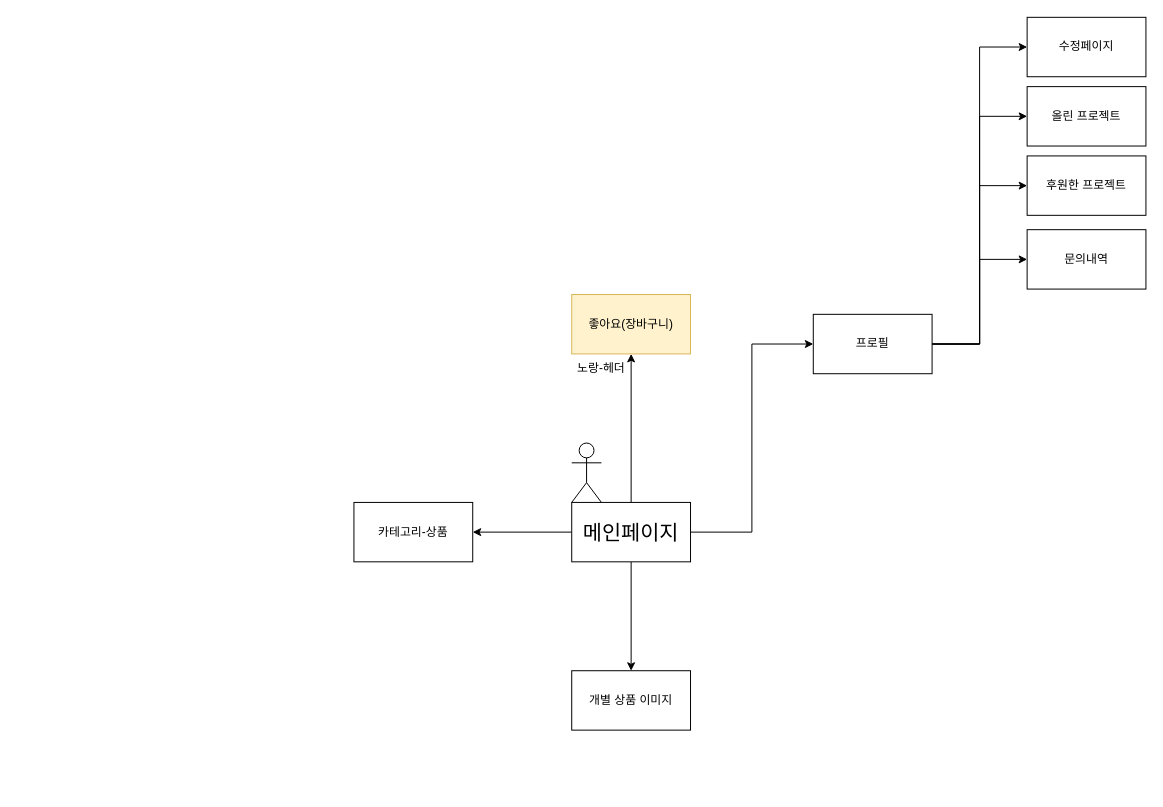
This is 제목 없는 다이어그램.drawio from 1009god/kh-4team, a draw.io file, before an edit. Source tidied: cells renumbered, new cells numbered last; positions are measured from the earlier drawing's top-left corner, leaving out a move shared by most shapes. Both pictures are drawn from the tidied source at 99%, with x=0, y=0 at pixel (353, 17).
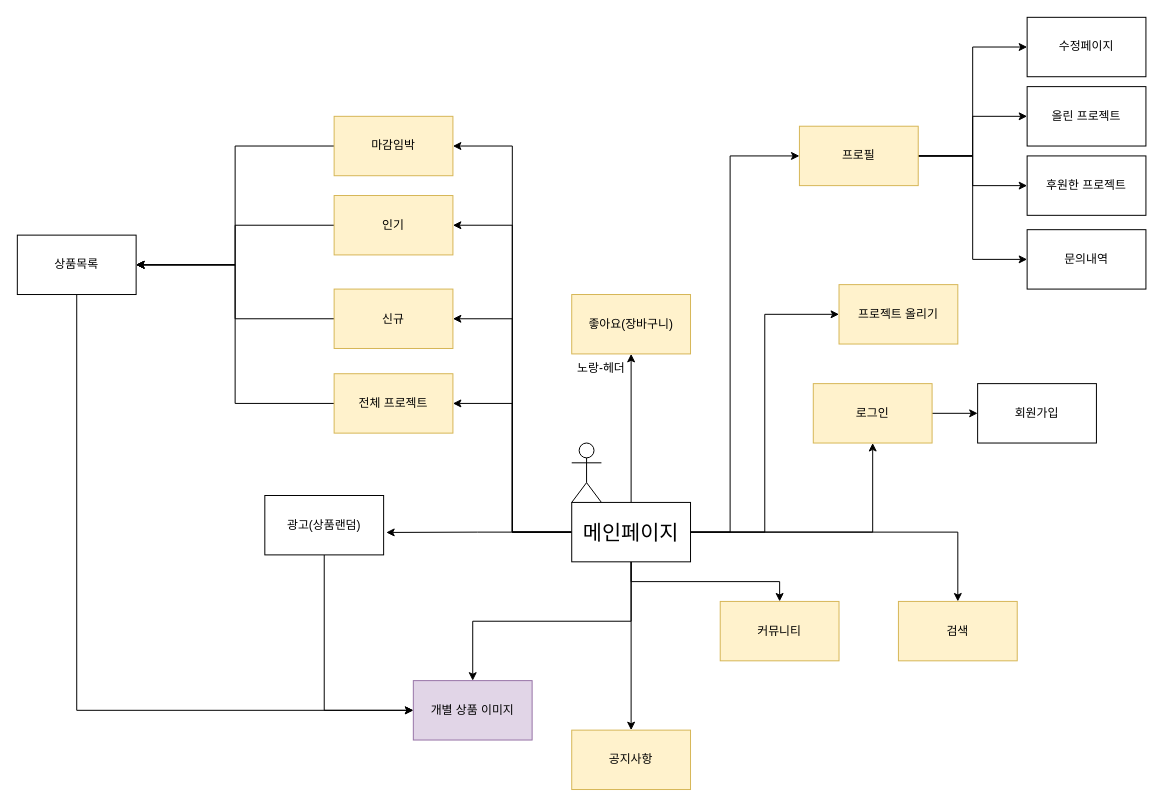
Above is the later version.

Commit message:
제목 없는 다이어그램.drawio 업데이트

Unchanged cells that the change refers to:
```xml
<mxCell id="7" value="&lt;font style=&quot;font-size: 21px;&quot;&gt;메인페이지&lt;/font&gt;" style="rounded=0;whiteSpace=wrap;html=1;" parent="1" vertex="1">
  <mxGeometry x="220" y="490" width="120" height="60" as="geometry" />
</mxCell>
```

The edit, as a diff of the source:
```diff
@@
     <mxCell id="3" style="edgeStyle=orthogonalEdgeStyle;rounded=0;jettySize=auto;html=1;exitX=1;exitY=0.5;exitDx=0;exitDy=0;entryX=0;entryY=0.5;entryDx=0;entryDy=0;" parent="1" edge="1" source="7" target="13">
-      <mxGeometry relative="1" as="geometry" />
+      <mxGeometry relative="1" as="geometry">
+        <Array as="points">
+          <mxPoint x="380" y="520" />
+          <mxPoint x="380" y="140" />
+        </Array>
+      </mxGeometry>
     </mxCell>
@@
+    <mxCell id="21" style="edgeStyle=orthogonalEdgeStyle;rounded=0;jettySize=auto;html=1;exitX=1;exitY=0.5;exitDx=0;exitDy=0;" parent="1" edge="1" source="7" target="35">
+      <mxGeometry relative="1" as="geometry" />
+    </mxCell>
+    <mxCell id="22" style="edgeStyle=orthogonalEdgeStyle;rounded=0;jettySize=auto;html=1;exitX=0.5;exitY=1;exitDx=0;exitDy=0;" parent="1" edge="1" source="7" target="32">
+      <mxGeometry relative="1" as="geometry" />
+    </mxCell>
+    <mxCell id="23" style="edgeStyle=orthogonalEdgeStyle;rounded=0;jettySize=auto;html=1;exitX=0.5;exitY=1;exitDx=0;exitDy=0;entryX=0.5;entryY=0;entryDx=0;entryDy=0;" parent="1" edge="1" source="7" target="31">
+      <mxGeometry relative="1" as="geometry" />
+    </mxCell>
+    <mxCell id="24" style="edgeStyle=orthogonalEdgeStyle;rounded=0;jettySize=auto;html=1;exitX=0;exitY=0.5;exitDx=0;exitDy=0;entryX=1.022;entryY=0.622;entryDx=0;entryDy=0;entryPerimeter=0;" parent="1" edge="1" source="7" target="38">
+      <mxGeometry relative="1" as="geometry" />
+    </mxCell>
+    <mxCell id="25" style="edgeStyle=orthogonalEdgeStyle;rounded=0;jettySize=auto;html=1;exitX=1;exitY=0.5;exitDx=0;exitDy=0;entryX=0;entryY=0.5;entryDx=0;entryDy=0;" parent="1" edge="1" source="7" target="33">
+      <mxGeometry relative="1" as="geometry" />
+    </mxCell>
+    <mxCell id="26" style="edgeStyle=orthogonalEdgeStyle;rounded=0;jettySize=auto;html=1;exitX=0;exitY=0.5;exitDx=0;exitDy=0;entryX=1;entryY=0.5;entryDx=0;entryDy=0;" parent="1" edge="1" source="7" target="42">
+      <mxGeometry relative="1" as="geometry" />
+    </mxCell>
+    <mxCell id="27" style="edgeStyle=orthogonalEdgeStyle;rounded=0;jettySize=auto;html=1;exitX=0;exitY=0.5;exitDx=0;exitDy=0;entryX=1;entryY=0.5;entryDx=0;entryDy=0;" parent="1" edge="1" source="7" target="40">
+      <mxGeometry relative="1" as="geometry" />
+    </mxCell>
+    <mxCell id="28" style="edgeStyle=orthogonalEdgeStyle;rounded=0;jettySize=auto;html=1;exitX=0;exitY=0.5;exitDx=0;exitDy=0;entryX=1;entryY=0.5;entryDx=0;entryDy=0;" parent="1" edge="1" source="7" target="44">
+      <mxGeometry relative="1" as="geometry" />
+    </mxCell>
+    <mxCell id="29" style="edgeStyle=orthogonalEdgeStyle;rounded=0;jettySize=auto;html=1;exitX=1;exitY=0.5;exitDx=0;exitDy=0;entryX=0.5;entryY=0;entryDx=0;entryDy=0;" parent="1" edge="1" source="7" target="45">
+      <mxGeometry relative="1" as="geometry" />
+    </mxCell>
@@
-    <mxCell id="13" value="프로필" style="rounded=0;whiteSpace=wrap;html=1;" parent="1" vertex="1">
-      <mxGeometry x="464" y="300" width="120" height="60" as="geometry" />
+    <mxCell id="13" value="프로필" style="rounded=0;whiteSpace=wrap;html=1;fillColor=#fff2cc;strokeColor=#d6b656;" parent="1" vertex="1">
+      <mxGeometry x="450" y="110" width="120" height="60" as="geometry" />
     </mxCell>
@@
-    <mxCell id="18" value="개별 상품 이미지" style="rounded=0;whiteSpace=wrap;html=1;" parent="1" vertex="1">
-      <mxGeometry x="220" y="660" width="120" height="60" as="geometry" />
+    <mxCell id="18" value="개별 상품 이미지" style="rounded=0;whiteSpace=wrap;html=1;fillColor=#e1d5e7;strokeColor=#9673a6;" parent="1" vertex="1">
+      <mxGeometry x="60" y="670" width="120" height="60" as="geometry" />
     </mxCell>
+    <mxCell id="30" style="edgeStyle=orthogonalEdgeStyle;rounded=0;jettySize=auto;html=1;exitX=0;exitY=0.5;exitDx=0;exitDy=0;entryX=1;entryY=0.5;entryDx=0;entryDy=0;" parent="1" edge="1" source="19" target="47">
+      <mxGeometry relative="1" as="geometry" />
+    </mxCell>
-    <mxCell id="19" value="카테고리-상품" style="rounded=0;whiteSpace=wrap;html=1;" parent="1" vertex="1">
-      <mxGeometry y="490" width="120" height="60" as="geometry" />
+    <mxCell id="19" value="전체 프로젝트" style="rounded=0;whiteSpace=wrap;html=1;fillColor=#fff2cc;strokeColor=#d6b656;" parent="1" vertex="1">
+      <mxGeometry x="-20" y="360" width="120" height="60" as="geometry" />
     </mxCell>
@@
+    <mxCell id="31" value="커뮤니티" style="rounded=0;whiteSpace=wrap;html=1;fillColor=#fff2cc;strokeColor=#d6b656;" parent="1" vertex="1">
+      <mxGeometry x="370" y="590" width="120" height="60" as="geometry" />
+    </mxCell>
+    <mxCell id="32" value="공지사항" style="rounded=0;whiteSpace=wrap;html=1;fillColor=#fff2cc;strokeColor=#d6b656;" parent="1" vertex="1">
+      <mxGeometry x="220" y="720" width="120" height="60" as="geometry" />
+    </mxCell>
+    <mxCell id="33" value="프로젝트 올리기" style="rounded=0;whiteSpace=wrap;html=1;fillColor=#fff2cc;strokeColor=#d6b656;" parent="1" vertex="1">
+      <mxGeometry x="490" y="270" width="120" height="60" as="geometry" />
+    </mxCell>
+    <mxCell id="34" style="edgeStyle=orthogonalEdgeStyle;rounded=0;jettySize=auto;html=1;exitX=1;exitY=0.5;exitDx=0;exitDy=0;entryX=0;entryY=0.5;entryDx=0;entryDy=0;" parent="1" edge="1" source="35" target="36">
+      <mxGeometry relative="1" as="geometry" />
+    </mxCell>
+    <mxCell id="35" value="로그인" style="rounded=0;whiteSpace=wrap;html=1;fillColor=#fff2cc;strokeColor=#d6b656;" parent="1" vertex="1">
+      <mxGeometry x="464" y="370" width="120" height="60" as="geometry" />
+    </mxCell>
+    <mxCell id="36" value="회원가입" style="rounded=0;whiteSpace=wrap;html=1;" parent="1" vertex="1">
+      <mxGeometry x="630" y="370" width="120" height="60" as="geometry" />
+    </mxCell>
+    <mxCell id="37" style="edgeStyle=orthogonalEdgeStyle;rounded=0;jettySize=auto;html=1;exitX=0.5;exitY=1;exitDx=0;exitDy=0;entryX=0;entryY=0.5;entryDx=0;entryDy=0;" parent="1" edge="1" source="38" target="18">
+      <mxGeometry relative="1" as="geometry" />
+    </mxCell>
+    <mxCell id="38" value="광고(상품랜덤)" style="rounded=0;whiteSpace=wrap;html=1;" parent="1" vertex="1">
+      <mxGeometry x="-90" y="483" width="120" height="60" as="geometry" />
+    </mxCell>
+    <mxCell id="39" style="edgeStyle=orthogonalEdgeStyle;rounded=0;jettySize=auto;html=1;exitX=0;exitY=0.5;exitDx=0;exitDy=0;entryX=1;entryY=0.5;entryDx=0;entryDy=0;" parent="1" edge="1" source="40" target="47">
+      <mxGeometry relative="1" as="geometry" />
+    </mxCell>
+    <mxCell id="40" value="인기" style="rounded=0;whiteSpace=wrap;html=1;fillColor=#fff2cc;strokeColor=#d6b656;" parent="1" vertex="1">
+      <mxGeometry x="-20" y="180" width="120" height="60" as="geometry" />
+    </mxCell>
+    <mxCell id="41" style="edgeStyle=orthogonalEdgeStyle;rounded=0;jettySize=auto;html=1;exitX=0;exitY=0.5;exitDx=0;exitDy=0;entryX=1;entryY=0.5;entryDx=0;entryDy=0;" parent="1" edge="1" source="42" target="47">
+      <mxGeometry relative="1" as="geometry" />
+    </mxCell>
+    <mxCell id="42" value="신규" style="rounded=0;whiteSpace=wrap;html=1;fillColor=#fff2cc;strokeColor=#d6b656;" parent="1" vertex="1">
+      <mxGeometry x="-20" y="274.5" width="120" height="60" as="geometry" />
+    </mxCell>
+    <mxCell id="43" style="edgeStyle=orthogonalEdgeStyle;rounded=0;jettySize=auto;html=1;entryX=1;entryY=0.5;entryDx=0;entryDy=0;" parent="1" edge="1" source="44" target="47">
+      <mxGeometry relative="1" as="geometry" />
+    </mxCell>
+    <mxCell id="44" value="마감임박" style="rounded=0;whiteSpace=wrap;html=1;fillColor=#fff2cc;strokeColor=#d6b656;" parent="1" vertex="1">
+      <mxGeometry x="-20" y="100" width="120" height="60" as="geometry" />
+    </mxCell>
+    <mxCell id="45" value="검색" style="rounded=0;whiteSpace=wrap;html=1;fillColor=#fff2cc;strokeColor=#d6b656;" parent="1" vertex="1">
+      <mxGeometry x="550" y="590" width="120" height="60" as="geometry" />
+    </mxCell>
+    <mxCell id="46" style="edgeStyle=orthogonalEdgeStyle;rounded=0;jettySize=auto;html=1;exitX=0.5;exitY=1;exitDx=0;exitDy=0;entryX=0;entryY=0.5;entryDx=0;entryDy=0;" parent="1" edge="1" source="47" target="18">
+      <mxGeometry relative="1" as="geometry" />
+    </mxCell>
+    <mxCell id="47" value="상품목록" style="rounded=0;whiteSpace=wrap;html=1;" parent="1" vertex="1">
+      <mxGeometry x="-340" y="220" width="120" height="60" as="geometry" />
+    </mxCell>
```
